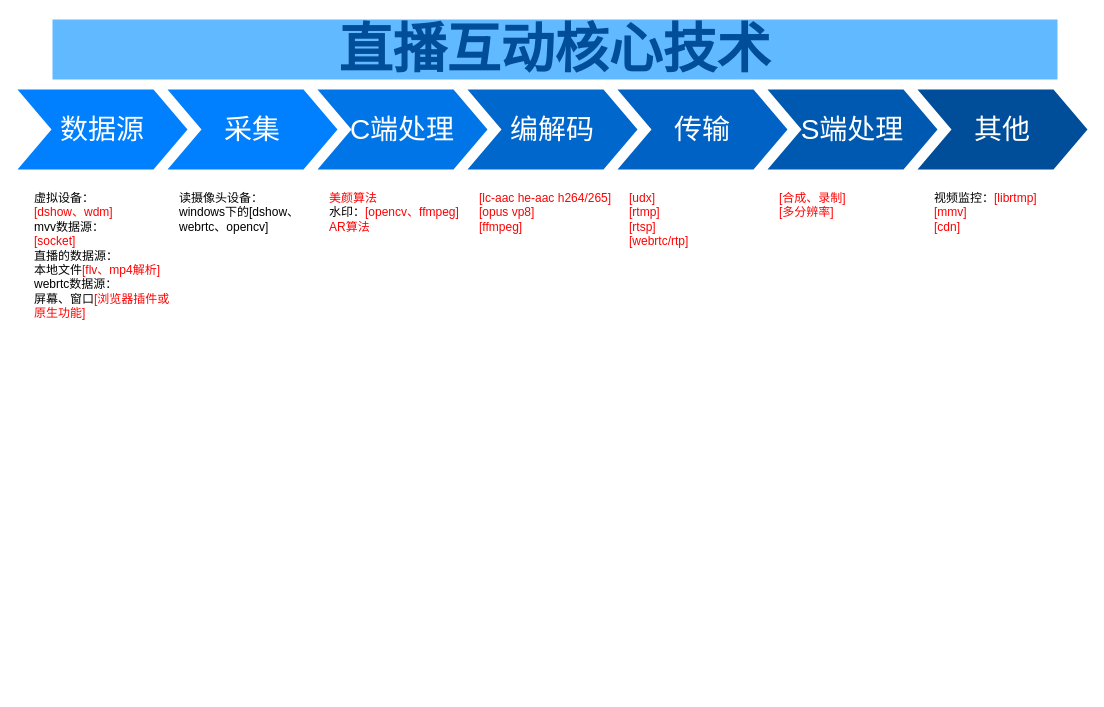
Above: page "Page-1" (1 of 2) of graph/直播互动核心技术.drawio in 63isOK/conference_graph (draw.io), before the change. Source tidied: cells renumbered, new cells numbered last; positions are measured from the earlier drawing's top-left corner, leaving out a move shared by most shapes. Both pictures are drawn from the tidied source at 100%, with x=0, y=0 at pixel (17, 19).
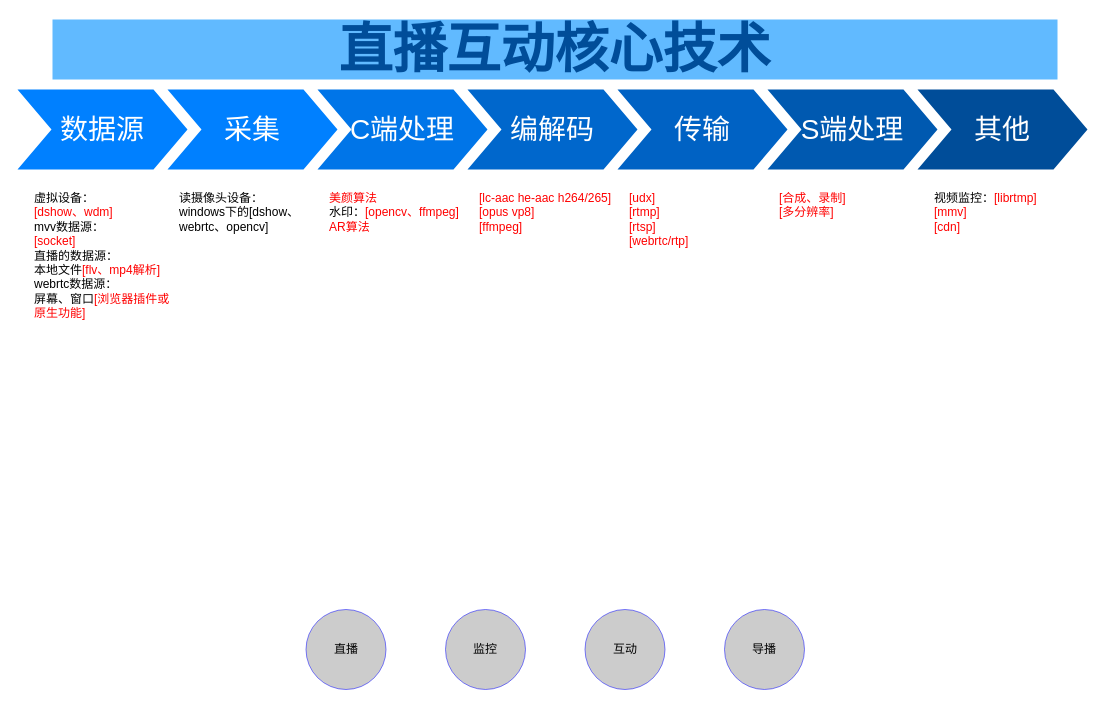
After the change.

Commit message:
更新直播互动核心技术.drawio

Diff of the diagram source:
```diff
@@
+    <mxCell id="17" value="直播" style="ellipse;whiteSpace=wrap;html=1;strokeColor=#0000FF;fillColor=#999999;opacity=50;align=center;" parent="1" vertex="1">
+      <mxGeometry x="288.5" y="590" width="80" height="80" as="geometry" />
+    </mxCell>
+    <mxCell id="18" value="监控" style="ellipse;whiteSpace=wrap;html=1;strokeColor=#0000FF;fillColor=#999999;opacity=50;align=center;" parent="1" vertex="1">
+      <mxGeometry x="428" y="590" width="80" height="80" as="geometry" />
+    </mxCell>
+    <mxCell id="19" value="互动" style="ellipse;whiteSpace=wrap;html=1;strokeColor=#0000FF;fillColor=#999999;opacity=50;align=center;" parent="1" vertex="1">
+      <mxGeometry x="567.5" y="590" width="80" height="80" as="geometry" />
+    </mxCell>
+    <mxCell id="20" value="导播" style="ellipse;whiteSpace=wrap;html=1;strokeColor=#0000FF;fillColor=#999999;opacity=50;align=center;" parent="1" vertex="1">
+      <mxGeometry x="707" y="590" width="80" height="80" as="geometry" />
+    </mxCell>
```
